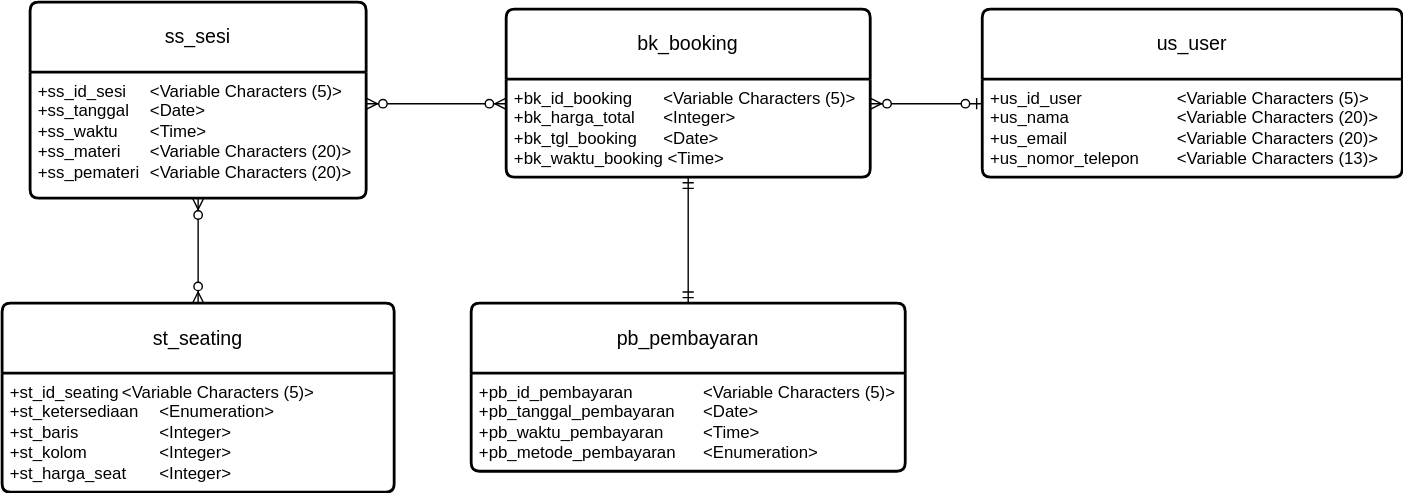
Above: SeminarSystem_CDM.drawio.svg in borednuna/Hanun-Shaka-P_Tugas2MCI (draw.io), before the change. Source tidied: cells renumbered, new cells last; positions are measured from the earlier drawing's top-left corner, leaving out a move shared by most shapes.
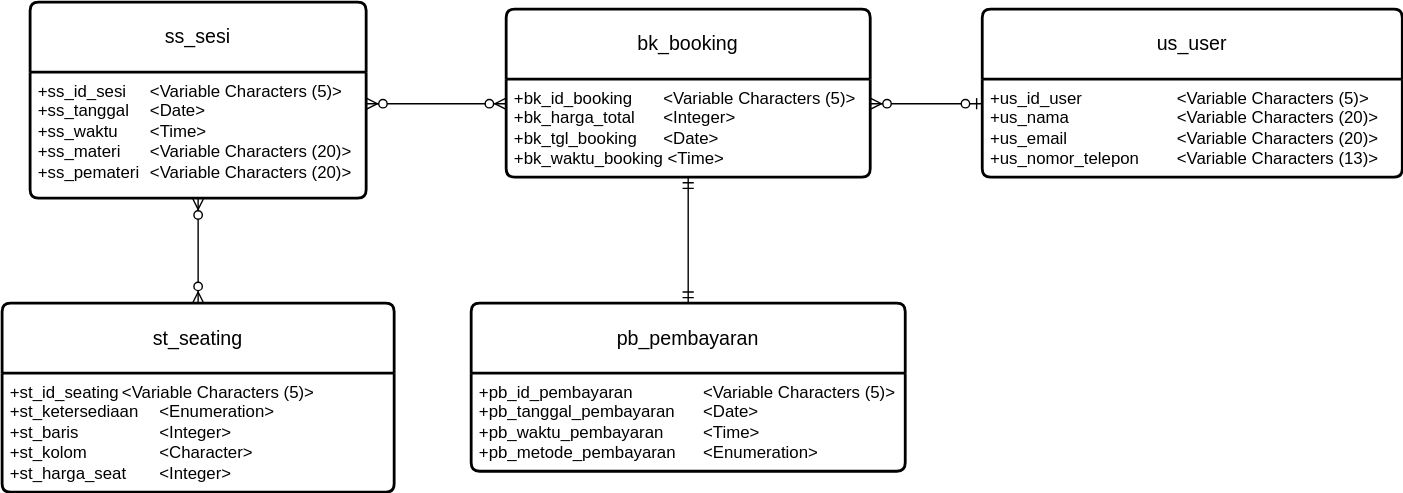
The same file after the commit.

Diff of the diagram source:
```diff
@@ -23,7 +23,7 @@
     <mxCell id="8" value="st_seating" style="swimlane;horizontal=1;startSize=50;rounded=1;fontSize=14;fontStyle=0;strokeWidth=2;shadow=0;dashed=0;align=center;arcSize=4;whiteSpace=wrap;html=1;" parent="1" vertex="1">
       <mxGeometry y="215" width="280" height="135" as="geometry" />
     </mxCell>
-    <mxCell id="9" value="&lt;div&gt;+st_id_seating&lt;span style=&quot;white-space: pre;&quot;&gt; &lt;/span&gt;&amp;lt;Variable Characters (5)&amp;gt;&lt;br&gt;&lt;/div&gt;&lt;div&gt;+st_ketersediaan&lt;span style=&quot;white-space: pre;&quot;&gt; &lt;/span&gt;&amp;lt;Enumeration&amp;gt;&lt;/div&gt;&lt;div&gt;+st_baris&lt;span style=&quot;white-space: pre;&quot;&gt; &lt;/span&gt;&lt;span style=&quot;white-space: pre;&quot;&gt; &lt;/span&gt;&lt;span style=&quot;white-space: pre;&quot;&gt; &lt;/span&gt;&amp;lt;Integer&amp;gt;&lt;/div&gt;&lt;div&gt;+st_kolom&lt;span style=&quot;white-space: pre;&quot;&gt; &lt;/span&gt;&lt;span style=&quot;white-space: pre;&quot;&gt; &lt;/span&gt;&amp;lt;Integer&amp;gt;&lt;br&gt;&lt;/div&gt;&lt;div&gt;+st_harga_seat&lt;span style=&quot;white-space: pre;&quot;&gt; &lt;/span&gt;&amp;lt;Integer&amp;gt;&lt;br&gt;&lt;/div&gt;" style="align=left;strokeColor=none;fillColor=none;spacingLeft=4;fontSize=12;verticalAlign=top;html=1;" parent="8" vertex="1">
+    <mxCell id="9" value="&lt;div&gt;+st_id_seating&lt;span style=&quot;white-space: pre;&quot;&gt; &lt;/span&gt;&amp;lt;Variable Characters (5)&amp;gt;&lt;br&gt;&lt;/div&gt;&lt;div&gt;+st_ketersediaan&lt;span style=&quot;white-space: pre;&quot;&gt; &lt;/span&gt;&amp;lt;Enumeration&amp;gt;&lt;/div&gt;&lt;div&gt;+st_baris&lt;span style=&quot;white-space: pre;&quot;&gt; &lt;/span&gt;&lt;span style=&quot;white-space: pre;&quot;&gt; &lt;/span&gt;&lt;span style=&quot;white-space: pre;&quot;&gt; &lt;/span&gt;&amp;lt;Integer&amp;gt;&lt;/div&gt;&lt;div&gt;+st_kolom&lt;span style=&quot;white-space: pre;&quot;&gt; &lt;/span&gt;&lt;span style=&quot;white-space: pre;&quot;&gt; &lt;/span&gt;&amp;lt;Character&amp;gt;&lt;br&gt;&lt;/div&gt;&lt;div&gt;+st_harga_seat&lt;span style=&quot;white-space: pre;&quot;&gt; &lt;/span&gt;&amp;lt;Integer&amp;gt;&lt;br&gt;&lt;/div&gt;" style="align=left;strokeColor=none;fillColor=none;spacingLeft=4;fontSize=12;verticalAlign=top;html=1;" parent="8" vertex="1">
       <mxGeometry y="50" width="280" height="85" as="geometry" />
     </mxCell>
     <mxCell id="10" style="edgeStyle=entityRelationEdgeStyle;fontSize=12;html=1;endArrow=ERzeroToMany;startArrow=ERzeroToOne;rounded=0;exitX=0;exitY=0.25;exitDx=0;exitDy=0;entryX=1;entryY=0.25;entryDx=0;entryDy=0;" parent="1" edge="1" source="5" target="3">
```
